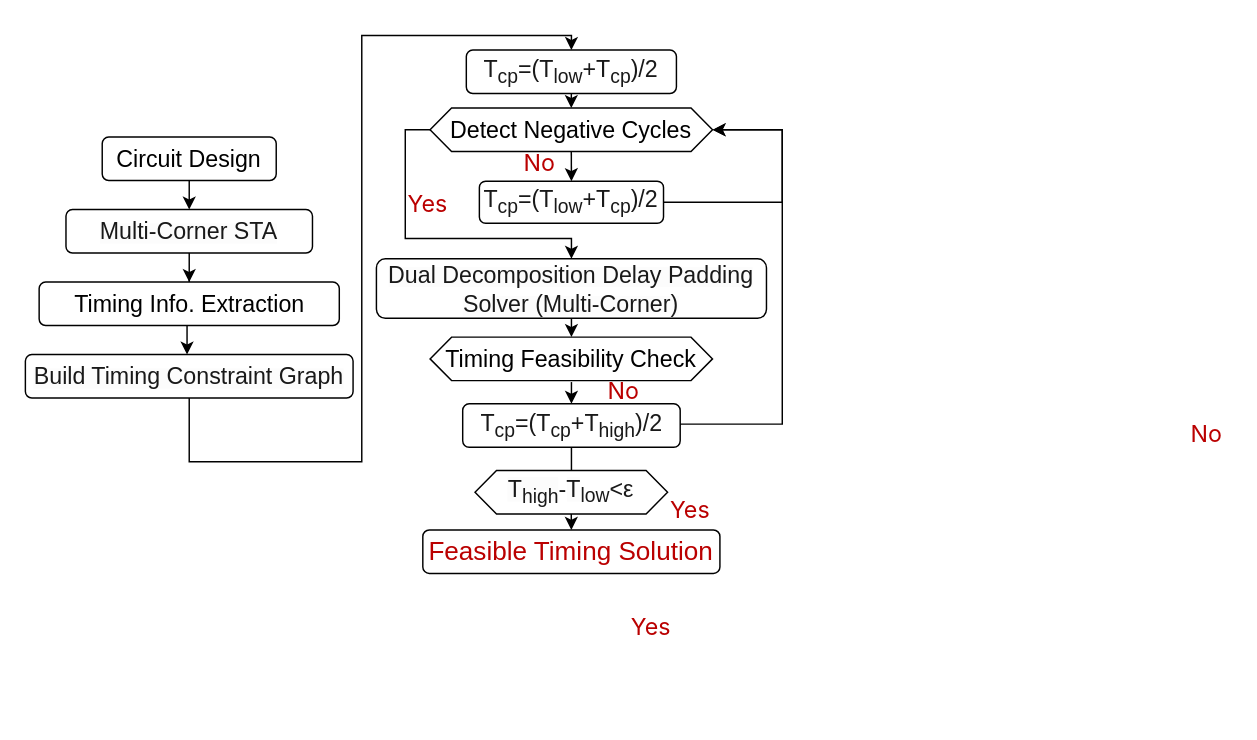
Above: framework.drawio in kxzhu0505/Delay-Padding-For-Multi-corner (draw.io), before the change. Source tidied: cells renumbered, new cells numbered last; positions are measured from the earlier drawing's top-left corner, leaving out a move shared by most shapes. Both pictures are drawn from the tidied source at 145%, with x=0, y=0 at pixel (25, 35).
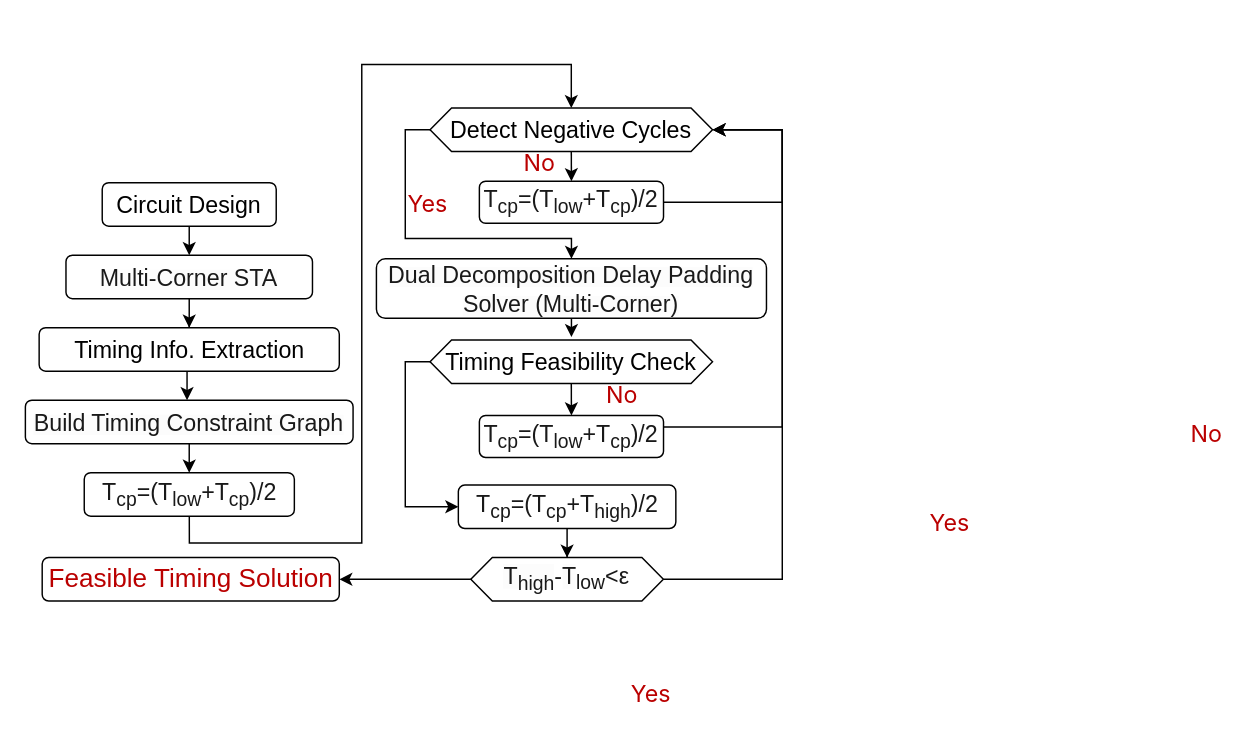
After the change.

Unchanged cells that the change refers to:
```xml
<mxCell id="5" value="&lt;span style=&quot;font-size: 16px;&quot;&gt;Detect Negative Cycles&lt;/span&gt;" style="shape=hexagon;perimeter=hexagonPerimeter2;whiteSpace=wrap;html=1;fixedSize=1;size=14.829999999999927;" parent="1" vertex="1">
  <mxGeometry x="279.1" y="50" width="194.8" height="30" as="geometry" />
</mxCell>
```

The edit, as a diff of the source:
```diff
@@
     <mxCell id="2" value="&lt;font face=&quot;PingFang SC, -apple-system, system-ui, Segoe UI, Roboto, Ubuntu, Helvetica Neue, Helvetica, Arial, Hiragino Sans GB, Microsoft YaHei UI, Microsoft YaHei, Source Han Sans CN, sans-serif&quot; color=&quot;rgba(0, 0, 0, 0.9)&quot;&gt;&lt;span style=&quot;font-size: 16px; background-color: rgb(255, 255, 255);&quot;&gt;No&lt;/span&gt;&lt;/font&gt;" style="text;whiteSpace=wrap;html=1;" parent="1" vertex="1">
-      <mxGeometry x="400" y="229" width="30" height="30" as="geometry" />
+      <mxGeometry x="399" y="232" width="30" height="30" as="geometry" />
     </mxCell>
@@
     <mxCell id="7" style="edgeStyle=orthogonalEdgeStyle;rounded=0;jettySize=auto;html=1;entryX=0.5;entryY=0;entryDx=0;entryDy=0;" parent="1" edge="1" source="8">
       <mxGeometry relative="1" as="geometry">
-        <mxPoint x="113" y="120" as="targetPoint" />
+        <mxPoint x="113" y="151.5" as="targetPoint" />
       </mxGeometry>
     </mxCell>
     <mxCell id="8" value="&lt;font style=&quot;font-size: 16px;&quot;&gt;Circuit Design&lt;/font&gt;" style="rounded=1;whiteSpace=wrap;html=1;" parent="1" vertex="1">
-      <mxGeometry x="53" y="70" width="120" height="30" as="geometry" />
+      <mxGeometry x="53" y="101.5" width="120" height="30" as="geometry" />
     </mxCell>
@@
     <mxCell id="10" value="&lt;span style=&quot;margin: 0px; padding: 0px; border: 0px; font-variant-numeric: inherit; font-variant-east-asian: inherit; font-variant-alternates: inherit; font-variant-position: inherit; font-variant-emoji: inherit; font-stretch: inherit; line-height: inherit; font-optical-sizing: inherit; font-size-adjust: inherit; font-kerning: inherit; font-feature-settings: inherit; font-variation-settings: inherit; vertical-align: baseline; color: rgba(0, 0, 0, 0.9); text-align: left; background-color: rgb(252, 252, 252);&quot;&gt;&lt;font face=&quot;Helvetica&quot; style=&quot;font-size: 16px;&quot;&gt;Multi-Corner STA&lt;/font&gt;&lt;/span&gt;" style="rounded=1;whiteSpace=wrap;html=1;" parent="1" vertex="1">
-      <mxGeometry x="28" y="120" width="170" height="30" as="geometry" />
+      <mxGeometry x="28" y="151.5" width="170" height="30" as="geometry" />
     </mxCell>
     <mxCell id="11" value="&lt;font style=&quot;font-size: 16px;&quot;&gt;Timing Info. Extraction&lt;/font&gt;" style="rounded=1;whiteSpace=wrap;html=1;" parent="1" vertex="1">
-      <mxGeometry x="9.5" y="170" width="207" height="30" as="geometry" />
+      <mxGeometry x="9.5" y="201.5" width="207" height="30" as="geometry" />
     </mxCell>
     <mxCell id="12" style="edgeStyle=orthogonalEdgeStyle;rounded=0;orthogonalLoop=1;jettySize=auto;html=1;entryX=0.5;entryY=0;entryDx=0;entryDy=0;" parent="1" edge="1">
       <mxGeometry relative="1" as="geometry">
-        <mxPoint x="111.5" y="200" as="sourcePoint" />
-        <mxPoint x="111.5" y="220" as="targetPoint" />
+        <mxPoint x="111.5" y="231.5" as="sourcePoint" />
+        <mxPoint x="111.5" y="251.5" as="targetPoint" />
       </mxGeometry>
     </mxCell>
@@
-    <mxCell id="16" style="edgeStyle=orthogonalEdgeStyle;rounded=0;jettySize=auto;html=1;entryX=1;entryY=0.5;entryDx=0;entryDy=0;exitX=1;exitY=0.5;exitDx=0;exitDy=0;" parent="1" edge="1" source="17" target="5">
+    <mxCell id="16" style="edgeStyle=orthogonalEdgeStyle;rounded=0;jettySize=auto;html=1;entryX=1;entryY=0.5;entryDx=0;entryDy=0;exitX=1;exitY=0.5;exitDx=0;exitDy=0;" parent="1" edge="1" source="32" target="5">
       <mxGeometry relative="1" as="geometry">
         <Array as="points">
-          <mxPoint x="522" y="268" />
+          <mxPoint x="522" y="375" />
           <mxPoint x="522" y="65" />
         </Array>
       </mxGeometry>
     </mxCell>
     <mxCell id="17" value="&lt;span style=&quot;background-color: light-dark(#ffffff, var(--ge-dark-color, #121212));&quot;&gt;&lt;font face=&quot;Helvetica&quot;&gt;&lt;span style=&quot;color: rgba(0, 0, 0, 0.9); font-size: 16px; text-align: left;&quot;&gt;&lt;span style=&quot;color: rgba(0, 0, 0, 0.9);&quot;&gt;T&lt;/span&gt;&lt;sub style=&quot;color: rgba(0, 0, 0, 0.9);&quot;&gt;cp&lt;/sub&gt;=(&lt;span style=&quot;color: rgba(0, 0, 0, 0.9);&quot;&gt;T&lt;/span&gt;&lt;sub style=&quot;color: rgba(0, 0, 0, 0.9);&quot;&gt;cp&lt;/sub&gt;+&lt;/span&gt;&lt;span style=&quot;color: rgba(0, 0, 0, 0.9); font-size: 16px; text-align: left;&quot;&gt;T&lt;sub style=&quot;&quot;&gt;high&lt;/sub&gt;)/2&lt;/span&gt;&lt;/font&gt;&lt;/span&gt;" style="rounded=1;whiteSpace=wrap;html=1;" parent="1" vertex="1">
-      <mxGeometry x="301.6" y="254" width="150" height="30" as="geometry" />
+      <mxGeometry x="298.6" y="310" width="150" height="30" as="geometry" />
     </mxCell>
-    <mxCell id="18" style="edgeStyle=orthogonalEdgeStyle;rounded=0;jettySize=auto;html=1;entryX=0.5;entryY=0;entryDx=0;entryDy=0;" parent="1" edge="1" target="28">
+    <mxCell id="18" style="edgeStyle=orthogonalEdgeStyle;rounded=0;jettySize=auto;html=1;entryX=0.5;entryY=0;entryDx=0;entryDy=0;exitX=0.5;exitY=1;exitDx=0;exitDy=0;" parent="1" edge="1" source="38" target="5">
       <mxGeometry relative="1" as="geometry">
-        <mxPoint x="113" y="250" as="sourcePoint" />
         <Array as="points">
-          <mxPoint x="113" y="294" />
-          <mxPoint x="232" y="294" />
-          <mxPoint x="232" />
-          <mxPoint x="377" />
+          <mxPoint x="113" y="350" />
+          <mxPoint x="232" y="350" />
+          <mxPoint x="232" y="20" />
+          <mxPoint x="377" y="20" />
         </Array>
       </mxGeometry>
     </mxCell>
+    <mxCell id="33" style="edgeStyle=orthogonalEdgeStyle;rounded=0;jettySize=auto;html=1;entryX=0.5;entryY=0;entryDx=0;entryDy=0;" parent="1" edge="1" source="19" target="38">
+      <mxGeometry relative="1" as="geometry" />
+    </mxCell>
     <mxCell id="19" value="&lt;span style=&quot;margin: 0px; padding: 0px; border: 0px; font-variant-numeric: inherit; font-variant-east-asian: inherit; font-variant-alternates: inherit; font-variant-position: inherit; font-variant-emoji: inherit; font-stretch: inherit; line-height: inherit; font-optical-sizing: inherit; font-size-adjust: inherit; font-kerning: inherit; font-feature-settings: inherit; font-variation-settings: inherit; vertical-align: baseline; color: rgba(0, 0, 0, 0.9); text-align: left; background-color: rgb(252, 252, 252);&quot;&gt;&lt;font face=&quot;Helvetica&quot; style=&quot;font-size: 16px;&quot;&gt;Build Timing Constraint Graph&lt;/font&gt;&lt;/span&gt;" style="rounded=1;whiteSpace=wrap;html=1;" parent="1" vertex="1">
-      <mxGeometry y="220" width="226" height="30" as="geometry" />
+      <mxGeometry y="251.5" width="226" height="30" as="geometry" />
     </mxCell>
-    <mxCell id="20" style="rounded=0;jettySize=auto;html=1;entryX=0.5;entryY=0;entryDx=0;entryDy=0;" parent="1" edge="1" target="17">
-      <mxGeometry relative="1" as="geometry">
-        <mxPoint x="376.6" y="239" as="sourcePoint" />
-      </mxGeometry>
-    </mxCell>
-    <mxCell id="21" style="rounded=0;jettySize=auto;html=1;entryX=0.5;entryY=0;entryDx=0;entryDy=0;exitX=0.5;exitY=1;exitDx=0;exitDy=0;" parent="1" edge="1" source="32" target="22">
+    <mxCell id="21" style="rounded=0;jettySize=auto;html=1;entryX=1;entryY=0.5;entryDx=0;entryDy=0;exitX=0;exitY=0.5;exitDx=0;exitDy=0;" parent="1" edge="1" source="32" target="22">
       <mxGeometry relative="1" as="geometry" />
     </mxCell>
     <mxCell id="22" value="&lt;div style=&quot;text-align: left;&quot;&gt;&lt;span style=&quot;background-color: transparent;&quot;&gt;&lt;font style=&quot;font-size: 18px;&quot; face=&quot;Helvetica&quot; color=&quot;rgba(0, 0, 0, 0.9)&quot;&gt;Feasible Timing Solution&lt;/font&gt;&lt;/span&gt;&lt;/div&gt;" style="rounded=1;whiteSpace=wrap;html=1;" parent="1" vertex="1">
-      <mxGeometry x="274.1" y="341" width="204.9" height="30" as="geometry" />
+      <mxGeometry x="11.6" y="360" width="204.9" height="30" as="geometry" />
     </mxCell>
     <mxCell id="23" value="&lt;font face=&quot;PingFang SC, -apple-system, system-ui, Segoe UI, Roboto, Ubuntu, Helvetica Neue, Helvetica, Arial, Hiragino Sans GB, Microsoft YaHei UI, Microsoft YaHei, Source Han Sans CN, sans-serif&quot; color=&quot;rgba(0, 0, 0, 0.9)&quot;&gt;&lt;span style=&quot;font-size: 16px; background-color: rgb(255, 255, 255);&quot;&gt;Yes&lt;/span&gt;&lt;/font&gt;" style="text;whiteSpace=wrap;html=1;" parent="1" vertex="1">
-      <mxGeometry x="443" y="311" width="30" height="30" as="geometry" />
+      <mxGeometry x="622" y="320" width="30" height="30" as="geometry" />
     </mxCell>
@@
     <mxCell id="26" value="&lt;font face=&quot;PingFang SC, -apple-system, system-ui, Segoe UI, Roboto, Ubuntu, Helvetica Neue, Helvetica, Arial, Hiragino Sans GB, Microsoft YaHei UI, Microsoft YaHei, Source Han Sans CN, sans-serif&quot; color=&quot;rgba(0, 0, 0, 0.9)&quot;&gt;&lt;span style=&quot;font-size: 16px; background-color: rgb(255, 255, 255);&quot;&gt;Yes&lt;/span&gt;&lt;/font&gt;" style="text;whiteSpace=wrap;html=1;" parent="1" vertex="1">
-      <mxGeometry x="415.8" y="392" width="30" height="30" as="geometry" />
+      <mxGeometry x="415.8" y="438" width="30" height="30" as="geometry" />
     </mxCell>
-    <mxCell id="27" style="rounded=0;jettySize=auto;html=1;entryX=0.5;entryY=0;entryDx=0;entryDy=0;" parent="1" edge="1" source="28" target="5">
-      <mxGeometry relative="1" as="geometry" />
-    </mxCell>
-    <mxCell id="28" value="&lt;span&gt;&lt;font face=&quot;Helvetica&quot;&gt;&lt;span style=&quot;color: rgba(0, 0, 0, 0.9); font-size: 16px; text-align: left;&quot;&gt;&lt;span style=&quot;color: rgba(0, 0, 0, 0.9);&quot;&gt;T&lt;/span&gt;&lt;sub style=&quot;color: rgba(0, 0, 0, 0.9);&quot;&gt;cp&lt;/sub&gt;=(T&lt;sub style=&quot;&quot;&gt;low&lt;/sub&gt;+&lt;/span&gt;&lt;span style=&quot;color: rgba(0, 0, 0, 0.9); font-size: 16px; text-align: left;&quot;&gt;&lt;span style=&quot;color: rgba(0, 0, 0, 0.9);&quot;&gt;T&lt;/span&gt;&lt;sub style=&quot;color: rgba(0, 0, 0, 0.9);&quot;&gt;cp&lt;/sub&gt;)/2&lt;/span&gt;&lt;/font&gt;&lt;/span&gt;" style="rounded=1;whiteSpace=wrap;html=1;" parent="1" vertex="1">
-      <mxGeometry x="304.1" y="10" width="144.9" height="30" as="geometry" />
-    </mxCell>
@@
+    <mxCell id="34" style="edgeStyle=orthogonalEdgeStyle;rounded=0;jettySize=auto;html=1;entryX=0;entryY=0.5;entryDx=0;entryDy=0;exitX=0;exitY=0.5;exitDx=0;exitDy=0;" parent="1" edge="1" source="31" target="17">
+      <mxGeometry relative="1" as="geometry">
+        <Array as="points">
+          <mxPoint x="262" y="225" />
+          <mxPoint x="262" y="325" />
+        </Array>
+      </mxGeometry>
+    </mxCell>
     <mxCell id="31" value="&lt;font style=&quot;font-size: 16px;&quot;&gt;Timing Feasibility&amp;nbsp;&lt;/font&gt;&lt;span style=&quot;font-size: 16px; background-color: transparent; color: light-dark(rgb(0, 0, 0), rgb(255, 255, 255));&quot;&gt;Check&lt;/span&gt;" style="shape=hexagon;perimeter=hexagonPerimeter2;whiteSpace=wrap;html=1;fixedSize=1;size=14.829999999999927;" parent="1" vertex="1">
-      <mxGeometry x="279.1" y="208" width="194.8" height="30" as="geometry" />
+      <mxGeometry x="279.1" y="210" width="194.8" height="30" as="geometry" />
     </mxCell>
     <mxCell id="32" value="&lt;span style=&quot;font-size: 16px; color: rgba(0, 0, 0, 0.9); text-align: left; background-color: rgb(252, 252, 252);&quot;&gt;T&lt;sub&gt;high&lt;/sub&gt;&lt;/span&gt;&lt;span style=&quot;color: rgba(0, 0, 0, 0.9); font-size: 16px; text-align: left;&quot;&gt;-&lt;/span&gt;&lt;span style=&quot;color: rgba(0, 0, 0, 0.9); font-size: 16px; text-align: left; background-color: rgb(252, 252, 252);&quot;&gt;T&lt;/span&gt;&lt;sub style=&quot;color: rgba(0, 0, 0, 0.9); text-align: left;&quot;&gt;&lt;font style=&quot;font-size: 13.333px;&quot;&gt;low&lt;/font&gt;&lt;/sub&gt;&lt;span style=&quot;color: rgba(0, 0, 0, 0.9); font-size: 16px; text-align: left;&quot;&gt;&amp;lt;ε&lt;/span&gt;" style="shape=hexagon;perimeter=hexagonPerimeter2;whiteSpace=wrap;html=1;fixedSize=1;size=14.829999999999927;" parent="1" vertex="1">
-      <mxGeometry x="310.1" y="300" width="132.8" height="30" as="geometry" />
+      <mxGeometry x="307.2" y="360" width="132.8" height="30" as="geometry" />
     </mxCell>
+    <mxCell id="35" style="rounded=0;jettySize=auto;html=1;entryX=0.5;entryY=0;entryDx=0;entryDy=0;exitX=0.5;exitY=1;exitDx=0;exitDy=0;" parent="1" edge="1" source="31" target="37">
+      <mxGeometry relative="1" as="geometry" />
+    </mxCell>
+    <mxCell id="36" style="edgeStyle=orthogonalEdgeStyle;rounded=0;jettySize=auto;html=1;entryX=1;entryY=0.5;entryDx=0;entryDy=0;" parent="1" edge="1" source="37" target="5">
+      <mxGeometry relative="1" as="geometry">
+        <Array as="points">
+          <mxPoint x="522" y="270" />
+          <mxPoint x="522" y="65" />
+        </Array>
+      </mxGeometry>
+    </mxCell>
+    <mxCell id="37" value="&lt;span&gt;&lt;font face=&quot;Helvetica&quot;&gt;&lt;span style=&quot;color: rgba(0, 0, 0, 0.9); font-size: 16px; text-align: left;&quot;&gt;&lt;span style=&quot;color: rgba(0, 0, 0, 0.9);&quot;&gt;T&lt;/span&gt;&lt;sub style=&quot;color: rgba(0, 0, 0, 0.9);&quot;&gt;cp&lt;/sub&gt;=(T&lt;sub style=&quot;&quot;&gt;low&lt;/sub&gt;+&lt;/span&gt;&lt;span style=&quot;color: rgba(0, 0, 0, 0.9); font-size: 16px; text-align: left;&quot;&gt;&lt;span style=&quot;color: rgba(0, 0, 0, 0.9);&quot;&gt;T&lt;/span&gt;&lt;sub style=&quot;color: rgba(0, 0, 0, 0.9);&quot;&gt;cp&lt;/sub&gt;)/2&lt;/span&gt;&lt;/font&gt;&lt;/span&gt;" style="rounded=1;whiteSpace=wrap;html=1;" parent="1" vertex="1">
+      <mxGeometry x="313.1" y="262" width="127" height="29" as="geometry" />
+    </mxCell>
+    <mxCell id="38" value="&lt;span&gt;&lt;font face=&quot;Helvetica&quot;&gt;&lt;span style=&quot;color: rgba(0, 0, 0, 0.9); font-size: 16px; text-align: left;&quot;&gt;&lt;span style=&quot;color: rgba(0, 0, 0, 0.9);&quot;&gt;T&lt;/span&gt;&lt;sub style=&quot;color: rgba(0, 0, 0, 0.9);&quot;&gt;cp&lt;/sub&gt;=(T&lt;sub style=&quot;&quot;&gt;low&lt;/sub&gt;+&lt;/span&gt;&lt;span style=&quot;color: rgba(0, 0, 0, 0.9); font-size: 16px; text-align: left;&quot;&gt;&lt;span style=&quot;color: rgba(0, 0, 0, 0.9);&quot;&gt;T&lt;/span&gt;&lt;sub style=&quot;color: rgba(0, 0, 0, 0.9);&quot;&gt;cp&lt;/sub&gt;)/2&lt;/span&gt;&lt;/font&gt;&lt;/span&gt;" style="rounded=1;whiteSpace=wrap;html=1;" parent="1" vertex="1">
+      <mxGeometry x="40.6" y="301.5" width="144.9" height="30" as="geometry" />
+    </mxCell>
```
